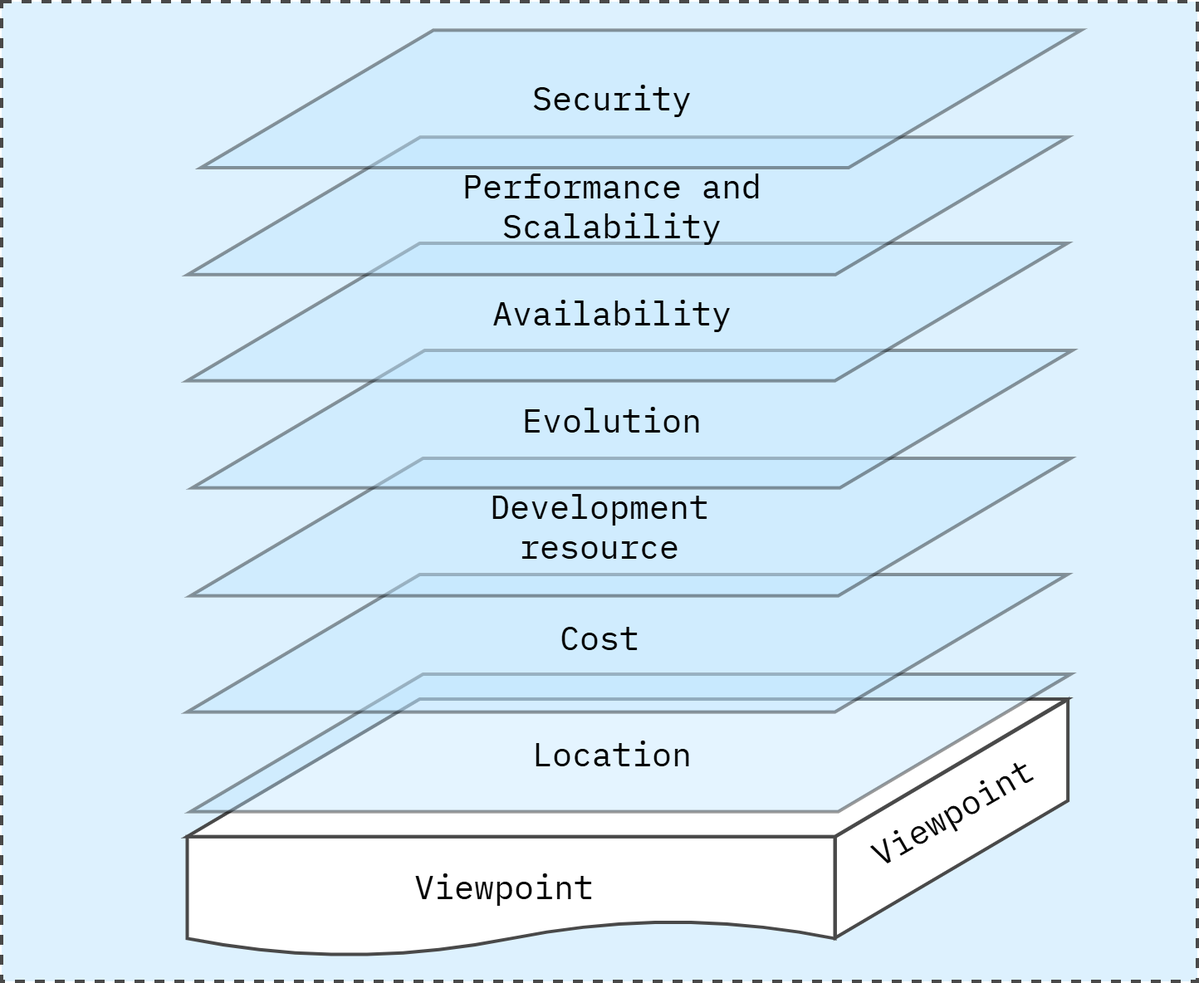
This is chapter-13/figure-13.01.drawio.png from software-architecture-guild/modeling-software-architecture, a draw.io export, as it was before one commit. Source tidied: cells renumbered, new cells last; positions are measured from the earlier drawing's top-left corner, leaving out a move shared by most shapes. Its diagram source:
```xml
<mxGraphModel>
  <root>
    <mxCell id="0" />
    <mxCell id="1" parent="0" />
    <mxCell id="2" style="rounded=0;whiteSpace=wrap;html=1;fillColor=#DDF1FE;strokeColor=#494949;strokeWidth=4;perimeterSpacing=1;dashed=1;" parent="1" vertex="1">
      <mxGeometry width="1440" height="1180" as="geometry" />
    </mxCell>
    <mxCell id="3" style="shape=parallelogram;perimeter=parallelogramPerimeter;whiteSpace=wrap;html=1;fixedSize=1;rounded=0;align=center;verticalAlign=middle;fontFamily=IBM Plex Mono;fontSource=https%3A%2F%2Ffonts.googleapis.com%2Fcss%3Ffamily%3DIBM%2BPlex%2BMono;fontSize=40;fontColor=default;fillColor=#FFFFFF;gradientColor=none;size=165.25;rotation=90;flipH=0;flipV=1;strokeWidth=4;strokeColor=#494949;" parent="1" vertex="1">
      <mxGeometry x="1000.5" y="844" width="287" height="280.2" as="geometry" />
    </mxCell>
    <mxCell id="4" style="shape=document;whiteSpace=wrap;html=1;boundedLbl=1;rounded=0;align=center;verticalAlign=middle;fontFamily=IBM Plex Mono;fontSource=https%3A%2F%2Ffonts.googleapis.com%2Fcss%3Ffamily%3DIBM%2BPlex%2BMono;fontSize=40;fontColor=default;fillColor=#FFFFFF;gradientColor=none;strokeWidth=4;strokeColor=#494949;" parent="1" vertex="1">
      <mxGeometry x="223.5" y="1005.6" width="780" height="144.4" as="geometry" />
    </mxCell>
    <mxCell id="5" style="shape=parallelogram;perimeter=parallelogramPerimeter;whiteSpace=wrap;html=1;fixedSize=1;rounded=0;align=center;verticalAlign=middle;fontFamily=IBM Plex Mono;fontSource=https%3A%2F%2Ffonts.googleapis.com%2Fcss%3Ffamily%3DIBM%2BPlex%2BMono;fontSize=40;fontColor=default;fillColor=#FFFFFF;gradientColor=none;size=280;strokeColor=#494949;strokeWidth=4;" parent="1" vertex="1">
      <mxGeometry x="223.5" y="840" width="1060" height="165.6" as="geometry" />
    </mxCell>
    <mxCell id="6" value="Viewpoint" style="text;html=1;align=center;verticalAlign=middle;whiteSpace=wrap;rounded=0;fontFamily=IBM Plex Mono;fontSource=https%3A%2F%2Ffonts.googleapis.com%2Fcss%3Ffamily%3DIBM%2BPlex%2BMono;fontSize=40;fontColor=default;" parent="1" vertex="1">
      <mxGeometry x="420" y="1020" width="370" height="90" as="geometry" />
    </mxCell>
    <mxCell id="7" style="shape=parallelogram;perimeter=parallelogramPerimeter;whiteSpace=wrap;html=1;fixedSize=1;rounded=0;align=center;verticalAlign=middle;fontFamily=IBM Plex Mono;fontSource=https%3A%2F%2Ffonts.googleapis.com%2Fcss%3Ffamily%3DIBM%2BPlex%2BMono;fontSize=40;fontColor=default;fillColor=#BBE3FE;gradientColor=none;size=280;strokeWidth=4;strokeColor=#000000;opacity=40;" parent="1" vertex="1">
      <mxGeometry x="227.5" y="810" width="1060" height="165.6" as="geometry" />
    </mxCell>
    <mxCell id="8" value="Location" style="text;align=center;verticalAlign=middle;whiteSpace=wrap;rounded=0;fontFamily=IBM Plex Mono;fontSource=https%3A%2F%2Ffonts.googleapis.com%2Fcss%3Ffamily%3DIBM%2BPlex%2BMono;fontSize=40;fontColor=#000000;opacity=80;" parent="1" vertex="1">
      <mxGeometry x="550" y="860" width="370" height="90" as="geometry" />
    </mxCell>
    <mxCell id="9" value="Viewpoint" style="text;html=1;align=center;verticalAlign=middle;whiteSpace=wrap;rounded=0;fontFamily=IBM Plex Mono;fontSource=https%3A%2F%2Ffonts.googleapis.com%2Fcss%3Ffamily%3DIBM%2BPlex%2BMono;fontSize=40;fontColor=default;rotation=-30;" parent="1" vertex="1">
      <mxGeometry x="959" y="930" width="370" height="90" as="geometry" />
    </mxCell>
    <mxCell id="10" style="shape=parallelogram;perimeter=parallelogramPerimeter;whiteSpace=wrap;html=1;fixedSize=1;rounded=0;align=center;verticalAlign=middle;fontFamily=IBM Plex Mono;fontSource=https%3A%2F%2Ffonts.googleapis.com%2Fcss%3Ffamily%3DIBM%2BPlex%2BMono;fontSize=40;fontColor=default;fillColor=#BBE3FE;gradientColor=none;size=280;strokeWidth=4;strokeColor=#000000;opacity=40;" parent="1" vertex="1">
      <mxGeometry x="223.5" y="690" width="1060" height="165.6" as="geometry" />
    </mxCell>
    <mxCell id="11" value="Cost" style="text;align=center;verticalAlign=middle;whiteSpace=wrap;rounded=0;fontFamily=IBM Plex Mono;fontSource=https%3A%2F%2Ffonts.googleapis.com%2Fcss%3Ffamily%3DIBM%2BPlex%2BMono;fontSize=40;fontColor=#000000;opacity=80;" parent="1" vertex="1">
      <mxGeometry x="535" y="720" width="370" height="90" as="geometry" />
    </mxCell>
    <mxCell id="12" style="shape=parallelogram;perimeter=parallelogramPerimeter;whiteSpace=wrap;html=1;fixedSize=1;rounded=0;align=center;verticalAlign=middle;fontFamily=IBM Plex Mono;fontSource=https%3A%2F%2Ffonts.googleapis.com%2Fcss%3Ffamily%3DIBM%2BPlex%2BMono;fontSize=40;fontColor=default;fillColor=#BBE3FE;gradientColor=none;size=280;strokeWidth=4;strokeColor=#000000;opacity=40;" parent="1" vertex="1">
      <mxGeometry x="227.5" y="550" width="1060" height="165.6" as="geometry" />
    </mxCell>
    <mxCell id="13" value="Development resource" style="text;align=center;verticalAlign=middle;whiteSpace=wrap;rounded=0;fontFamily=IBM Plex Mono;fontSource=https%3A%2F%2Ffonts.googleapis.com%2Fcss%3Ffamily%3DIBM%2BPlex%2BMono;fontSize=40;fontColor=#000000;opacity=80;" parent="1" vertex="1">
      <mxGeometry x="535" y="585.6" width="370" height="90" as="geometry" />
    </mxCell>
    <mxCell id="14" style="shape=parallelogram;perimeter=parallelogramPerimeter;whiteSpace=wrap;html=1;fixedSize=1;rounded=0;align=center;verticalAlign=middle;fontFamily=IBM Plex Mono;fontSource=https%3A%2F%2Ffonts.googleapis.com%2Fcss%3Ffamily%3DIBM%2BPlex%2BMono;fontSize=40;fontColor=default;fillColor=#BBE3FE;gradientColor=none;size=280;strokeWidth=4;strokeColor=#000000;opacity=40;" parent="1" vertex="1">
      <mxGeometry x="229.5" y="420" width="1060" height="165.6" as="geometry" />
    </mxCell>
    <mxCell id="15" style="shape=parallelogram;perimeter=parallelogramPerimeter;whiteSpace=wrap;html=1;fixedSize=1;rounded=0;align=center;verticalAlign=middle;fontFamily=IBM Plex Mono;fontSource=https%3A%2F%2Ffonts.googleapis.com%2Fcss%3Ffamily%3DIBM%2BPlex%2BMono;fontSize=40;fontColor=default;fillColor=#BBE3FE;gradientColor=none;size=280;strokeWidth=4;strokeColor=#000000;opacity=40;" parent="1" vertex="1">
      <mxGeometry x="223.5" y="291" width="1060" height="165.6" as="geometry" />
    </mxCell>
    <mxCell id="16" style="shape=parallelogram;perimeter=parallelogramPerimeter;whiteSpace=wrap;html=1;fixedSize=1;rounded=0;align=center;verticalAlign=middle;fontFamily=IBM Plex Mono;fontSource=https%3A%2F%2Ffonts.googleapis.com%2Fcss%3Ffamily%3DIBM%2BPlex%2BMono;fontSize=40;fontColor=default;fillColor=#BBE3FE;gradientColor=none;size=280;strokeWidth=4;strokeColor=#000000;opacity=40;" parent="1" vertex="1">
      <mxGeometry x="224.1" y="163.2" width="1060" height="165.6" as="geometry" />
    </mxCell>
    <mxCell id="17" style="shape=parallelogram;perimeter=parallelogramPerimeter;whiteSpace=wrap;html=1;fixedSize=1;rounded=0;align=center;verticalAlign=middle;fontFamily=IBM Plex Mono;fontSource=https%3A%2F%2Ffonts.googleapis.com%2Fcss%3Ffamily%3DIBM%2BPlex%2BMono;fontSize=40;fontColor=default;fillColor=#BBE3FE;gradientColor=none;size=280;strokeWidth=4;strokeColor=#000000;opacity=40;" parent="1" vertex="1">
      <mxGeometry x="240" y="34.4" width="1060" height="165.6" as="geometry" />
    </mxCell>
    <mxCell id="18" value="Evolution" style="text;align=center;verticalAlign=middle;whiteSpace=wrap;rounded=0;fontFamily=IBM Plex Mono;fontSource=https%3A%2F%2Ffonts.googleapis.com%2Fcss%3Ffamily%3DIBM%2BPlex%2BMono;fontSize=40;fontColor=#000000;opacity=80;" parent="1" vertex="1">
      <mxGeometry x="550" y="457.8" width="370" height="90" as="geometry" />
    </mxCell>
    <mxCell id="19" value="Availability" style="text;align=center;verticalAlign=middle;whiteSpace=wrap;rounded=0;fontFamily=IBM Plex Mono;fontSource=https%3A%2F%2Ffonts.googleapis.com%2Fcss%3Ffamily%3DIBM%2BPlex%2BMono;fontSize=40;fontColor=#000000;opacity=80;" parent="1" vertex="1">
      <mxGeometry x="550" y="328.8" width="370" height="90" as="geometry" />
    </mxCell>
    <mxCell id="20" value="Performance and Scalability" style="text;align=center;verticalAlign=middle;whiteSpace=wrap;rounded=0;fontFamily=IBM Plex Mono;fontSource=https%3A%2F%2Ffonts.googleapis.com%2Fcss%3Ffamily%3DIBM%2BPlex%2BMono;fontSize=40;fontColor=#000000;opacity=80;" parent="1" vertex="1">
      <mxGeometry x="550" y="200" width="370" height="90" as="geometry" />
    </mxCell>
    <mxCell id="21" value="Security" style="text;align=center;verticalAlign=middle;whiteSpace=wrap;rounded=0;fontFamily=IBM Plex Mono;fontSource=https%3A%2F%2Ffonts.googleapis.com%2Fcss%3Ffamily%3DIBM%2BPlex%2BMono;fontSize=40;fontColor=#000000;opacity=80;" parent="1" vertex="1">
      <mxGeometry x="550" y="70" width="370" height="90" as="geometry" />
    </mxCell>
  </root>
</mxGraphModel>
```
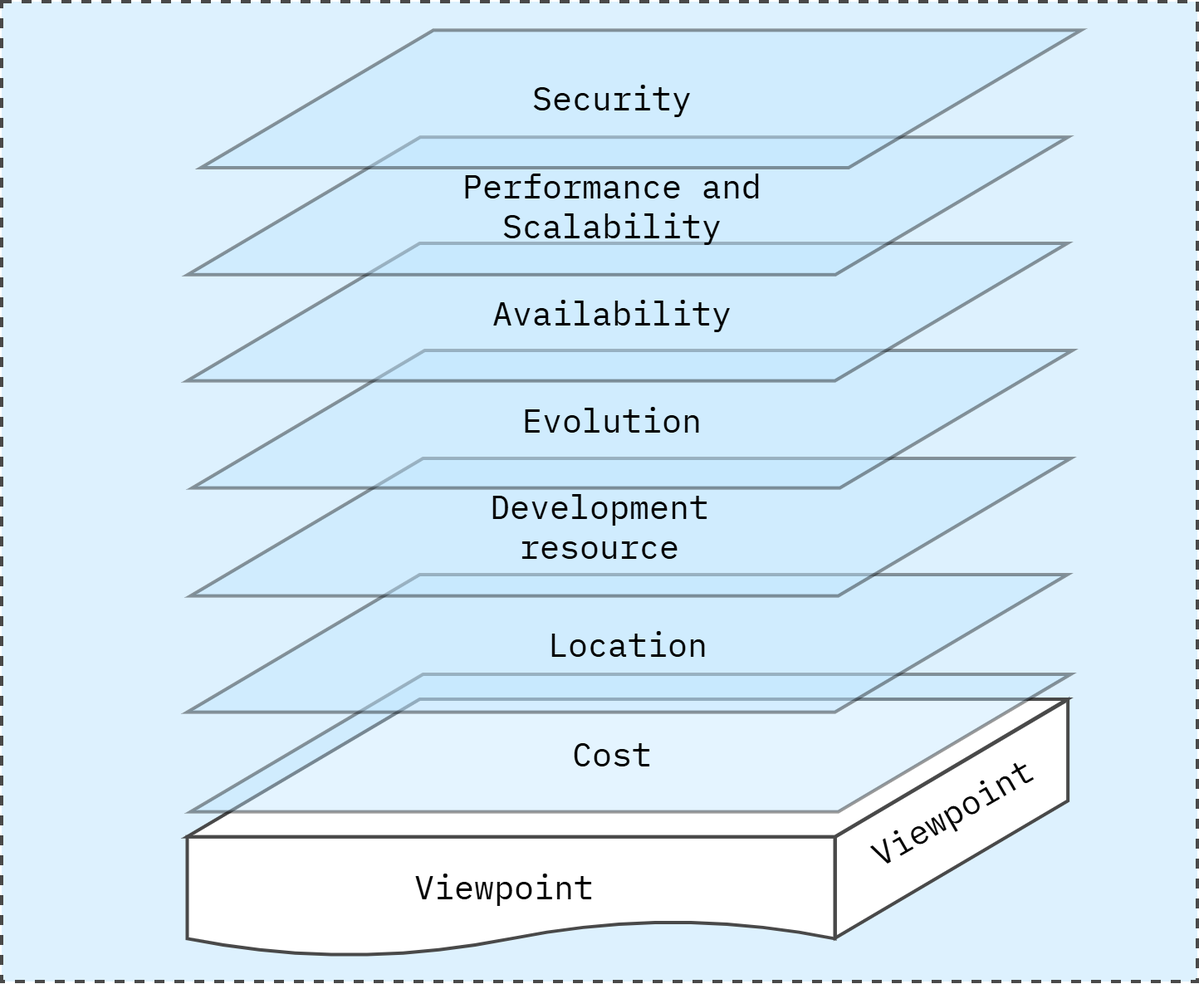
The same diagram one commit later.

Diff of the diagram source:
```diff
@@ -20,18 +20,15 @@
     <mxCell id="7" style="shape=parallelogram;perimeter=parallelogramPerimeter;whiteSpace=wrap;html=1;fixedSize=1;rounded=0;align=center;verticalAlign=middle;fontFamily=IBM Plex Mono;fontSource=https%3A%2F%2Ffonts.googleapis.com%2Fcss%3Ffamily%3DIBM%2BPlex%2BMono;fontSize=40;fontColor=default;fillColor=#BBE3FE;gradientColor=none;size=280;strokeWidth=4;strokeColor=#000000;opacity=40;" parent="1" vertex="1">
       <mxGeometry x="227.5" y="810" width="1060" height="165.6" as="geometry" />
     </mxCell>
-    <mxCell id="8" value="Location" style="text;align=center;verticalAlign=middle;whiteSpace=wrap;rounded=0;fontFamily=IBM Plex Mono;fontSource=https%3A%2F%2Ffonts.googleapis.com%2Fcss%3Ffamily%3DIBM%2BPlex%2BMono;fontSize=40;fontColor=#000000;opacity=80;" parent="1" vertex="1">
+    <mxCell id="8" value="Cost" style="text;align=center;verticalAlign=middle;whiteSpace=wrap;rounded=0;fontFamily=IBM Plex Mono;fontSource=https%3A%2F%2Ffonts.googleapis.com%2Fcss%3Ffamily%3DIBM%2BPlex%2BMono;fontSize=40;fontColor=#000000;opacity=80;" parent="1" vertex="1">
       <mxGeometry x="550" y="860" width="370" height="90" as="geometry" />
     </mxCell>
     <mxCell id="9" value="Viewpoint" style="text;html=1;align=center;verticalAlign=middle;whiteSpace=wrap;rounded=0;fontFamily=IBM Plex Mono;fontSource=https%3A%2F%2Ffonts.googleapis.com%2Fcss%3Ffamily%3DIBM%2BPlex%2BMono;fontSize=40;fontColor=default;rotation=-30;" parent="1" vertex="1">
       <mxGeometry x="959" y="930" width="370" height="90" as="geometry" />
     </mxCell>
-    <mxCell id="10" style="shape=parallelogram;perimeter=parallelogramPerimeter;whiteSpace=wrap;html=1;fixedSize=1;rounded=0;align=center;verticalAlign=middle;fontFamily=IBM Plex Mono;fontSource=https%3A%2F%2Ffonts.googleapis.com%2Fcss%3Ffamily%3DIBM%2BPlex%2BMono;fontSize=40;fontColor=default;fillColor=#BBE3FE;gradientColor=none;size=280;strokeWidth=4;strokeColor=#000000;opacity=40;" parent="1" vertex="1">
+    <mxCell id="10" value="&lt;span style=&quot;color: rgb(0, 0, 0);&quot;&gt;Location&lt;/span&gt;" style="shape=parallelogram;perimeter=parallelogramPerimeter;whiteSpace=wrap;html=1;fixedSize=1;rounded=0;align=center;verticalAlign=middle;fontFamily=IBM Plex Mono;fontSource=https%3A%2F%2Ffonts.googleapis.com%2Fcss%3Ffamily%3DIBM%2BPlex%2BMono;fontSize=40;fontColor=default;fillColor=#BBE3FE;gradientColor=none;size=280;strokeWidth=4;strokeColor=#000000;opacity=40;" parent="1" vertex="1">
       <mxGeometry x="223.5" y="690" width="1060" height="165.6" as="geometry" />
     </mxCell>
-    <mxCell id="11" value="Cost" style="text;align=center;verticalAlign=middle;whiteSpace=wrap;rounded=0;fontFamily=IBM Plex Mono;fontSource=https%3A%2F%2Ffonts.googleapis.com%2Fcss%3Ffamily%3DIBM%2BPlex%2BMono;fontSize=40;fontColor=#000000;opacity=80;" parent="1" vertex="1">
-      <mxGeometry x="535" y="720" width="370" height="90" as="geometry" />
-    </mxCell>
     <mxCell id="12" style="shape=parallelogram;perimeter=parallelogramPerimeter;whiteSpace=wrap;html=1;fixedSize=1;rounded=0;align=center;verticalAlign=middle;fontFamily=IBM Plex Mono;fontSource=https%3A%2F%2Ffonts.googleapis.com%2Fcss%3Ffamily%3DIBM%2BPlex%2BMono;fontSize=40;fontColor=default;fillColor=#BBE3FE;gradientColor=none;size=280;strokeWidth=4;strokeColor=#000000;opacity=40;" parent="1" vertex="1">
       <mxGeometry x="227.5" y="550" width="1060" height="165.6" as="geometry" />
     </mxCell>
```
